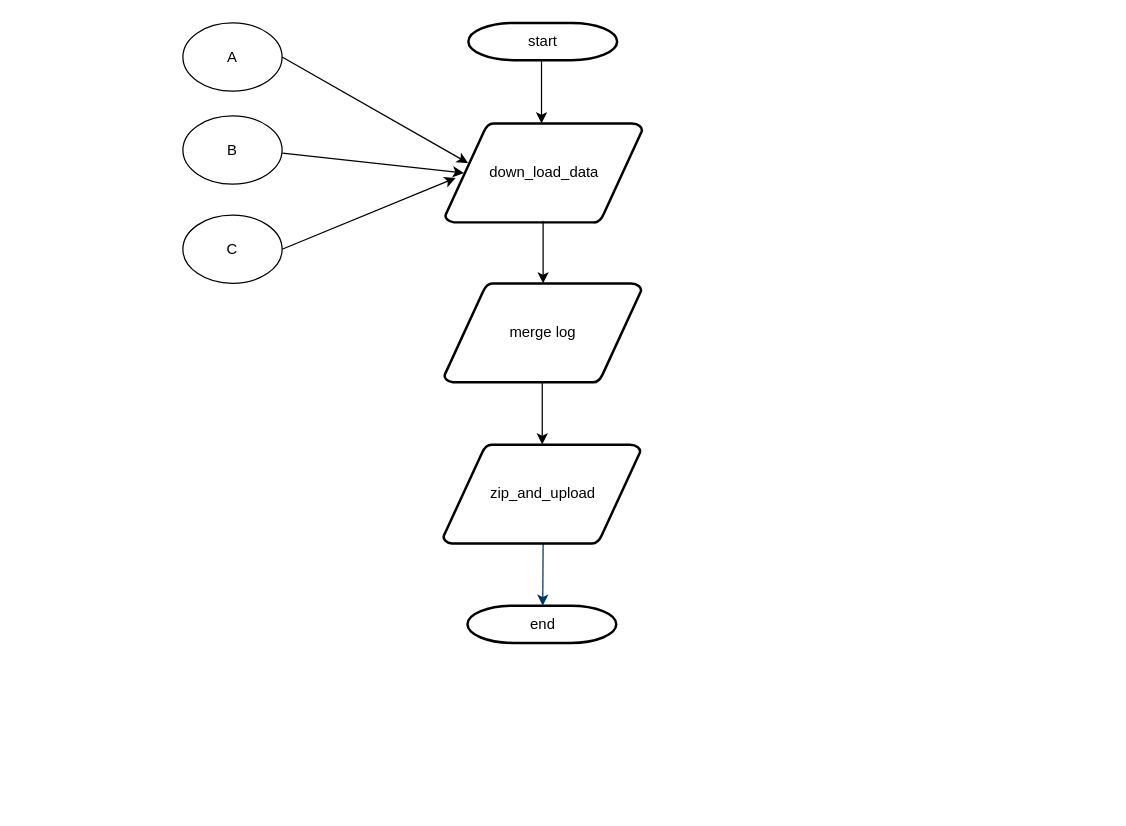
The draw.io diagram Untitled Diagram.drawio in ywq1113/VASP_script, before the edit. Source tidied: cells renumbered, new cells numbered last; positions are measured from the earlier drawing's top-left corner, leaving out a move shared by most shapes. Both pictures are drawn from the tidied source at 124%, with x=0, y=0 at pixel (182, 22).
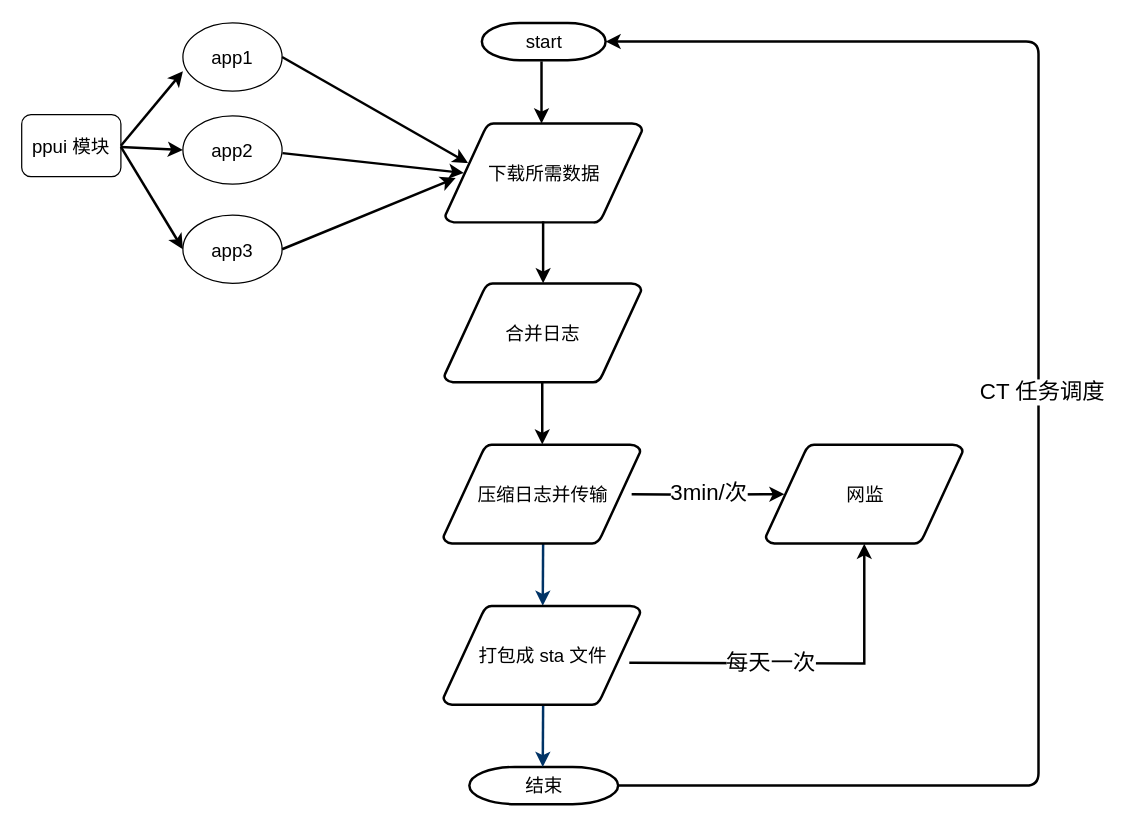
The same diagram, later.

What changed in the source:
```diff
@@
-    <mxCell id="2" value="start" style="shape=mxgraph.flowchart.terminator;strokeWidth=2;gradientColor=none;gradientDirection=north;fontStyle=0;html=1;" parent="1" vertex="1">
-      <mxGeometry x="230.2" width="120" height="30" as="geometry" />
+    <mxCell id="2" value="&lt;font style=&quot;font-size: 15px&quot;&gt;start&lt;/font&gt;" style="shape=mxgraph.flowchart.terminator;strokeWidth=2;gradientColor=none;gradientDirection=north;fontStyle=0;html=1;" parent="1" vertex="1">
+      <mxGeometry x="241.1" width="99.8" height="30" as="geometry" />
     </mxCell>
-    <mxCell id="3" value="down_load_data" style="shape=mxgraph.flowchart.data;strokeWidth=2;gradientColor=none;gradientDirection=north;fontStyle=0;html=1;" parent="1" vertex="1">
+    <mxCell id="3" value="&lt;font style=&quot;font-size: 15px&quot;&gt;下载所需数据&lt;/font&gt;" style="shape=mxgraph.flowchart.data;strokeWidth=2;gradientColor=none;gradientDirection=north;fontStyle=0;html=1;" parent="1" vertex="1">
       <mxGeometry x="211.5" y="81" width="159" height="80" as="geometry" />
     </mxCell>
-    <mxCell id="4" value="end" style="shape=mxgraph.flowchart.terminator;strokeWidth=2;gradientColor=none;gradientDirection=north;fontStyle=0;html=1;" parent="1" vertex="1">
-      <mxGeometry x="229.5" y="470" width="120" height="30" as="geometry" />
+    <mxCell id="4" value="&lt;font style=&quot;font-size: 15px&quot;&gt;结束&lt;/font&gt;" style="shape=mxgraph.flowchart.terminator;strokeWidth=2;gradientColor=none;gradientDirection=north;fontStyle=0;html=1;" parent="1" vertex="1">
+      <mxGeometry x="231" y="600" width="120" height="30" as="geometry" />
     </mxCell>
-    <mxCell id="5" style="edgeStyle=orthogonalEdgeStyle;rounded=0;orthogonalLoop=1;jettySize=auto;html=1;" parent="1" edge="1">
+    <mxCell id="5" style="edgeStyle=orthogonalEdgeStyle;rounded=0;orthogonalLoop=1;jettySize=auto;html=1;strokeWidth=2;" parent="1" edge="1">
       <mxGeometry relative="1" as="geometry">
         <mxPoint x="289.2" y="31" as="sourcePoint" />
         <mxPoint x="289.2" y="81" as="targetPoint" />
       </mxGeometry>
     </mxCell>
-    <mxCell id="6" style="edgeStyle=elbowEdgeStyle;elbow=vertical;fontStyle=1;strokeColor=#003366;strokeWidth=1;html=1;" parent="1" edge="1">
-      <mxGeometry x="0.2" y="-1330" as="geometry">
+    <mxCell id="6" style="edgeStyle=elbowEdgeStyle;elbow=vertical;fontStyle=1;strokeColor=#003366;strokeWidth=2;html=1;" parent="1" edge="1">
+      <mxGeometry x="180.2" y="-1395" as="geometry">
         <mxPoint x="290.5" y="420" as="sourcePoint" />
         <mxPoint x="290.2" y="470" as="targetPoint" />
         <Array as="points">
           <mxPoint x="290.8" y="420" />
         </Array>
       </mxGeometry>
     </mxCell>
-    <mxCell id="7" value="A" style="ellipse;whiteSpace=wrap;html=1;" parent="1" vertex="1">
+    <mxCell id="7" value="&lt;font style=&quot;font-size: 15px&quot;&gt;app1&lt;/font&gt;" style="ellipse;whiteSpace=wrap;html=1;" parent="1" vertex="1">
       <mxGeometry width="80" height="55" as="geometry" />
     </mxCell>
-    <mxCell id="8" value="B" style="ellipse;whiteSpace=wrap;html=1;" parent="1" vertex="1">
+    <mxCell id="8" value="&lt;font style=&quot;font-size: 15px&quot;&gt;app2&lt;/font&gt;" style="ellipse;whiteSpace=wrap;html=1;" parent="1" vertex="1">
       <mxGeometry y="75" width="80" height="55" as="geometry" />
     </mxCell>
-    <mxCell id="9" value="C" style="ellipse;whiteSpace=wrap;html=1;" parent="1" vertex="1">
+    <mxCell id="9" value="&lt;font style=&quot;font-size: 15px&quot;&gt;app3&lt;/font&gt;" style="ellipse;whiteSpace=wrap;html=1;" parent="1" vertex="1">
       <mxGeometry y="155" width="80" height="55" as="geometry" />
     </mxCell>
-    <mxCell id="10" style="endArrow=classic;html=1;exitX=1;exitY=0.5;exitDx=0;exitDy=0;entryX=0.116;entryY=0.4;entryDx=0;entryDy=0;entryPerimeter=0;" parent="1" edge="1" source="7" target="3">
+    <mxCell id="10" style="endArrow=classic;html=1;exitX=1;exitY=0.5;exitDx=0;exitDy=0;entryX=0.116;entryY=0.4;entryDx=0;entryDy=0;entryPerimeter=0;strokeWidth=2;" parent="1" edge="1" source="7" target="3">
       <mxGeometry relative="1" as="geometry" />
     </mxCell>
-    <mxCell id="11" style="endArrow=classic;html=1;exitX=1;exitY=0.5;exitDx=0;exitDy=0;entryX=0.095;entryY=0.5;entryDx=0;entryDy=0;entryPerimeter=0;" parent="1" edge="1" target="3">
+    <mxCell id="11" style="endArrow=classic;html=1;exitX=1;exitY=0.5;exitDx=0;exitDy=0;entryX=0.095;entryY=0.5;entryDx=0;entryDy=0;entryPerimeter=0;strokeWidth=2;" parent="1" edge="1" target="3">
       <mxGeometry relative="1" as="geometry">
         <mxPoint x="80.3" y="105" as="sourcePoint" />
       </mxGeometry>
     </mxCell>
-    <mxCell id="12" style="endArrow=classic;html=1;exitX=1;exitY=0.5;exitDx=0;exitDy=0;" parent="1" edge="1" source="9">
+    <mxCell id="12" style="endArrow=classic;html=1;exitX=1;exitY=0.5;exitDx=0;exitDy=0;strokeWidth=2;" parent="1" edge="1" source="9">
       <mxGeometry relative="1" as="geometry">
         <mxPoint x="220" y="125" as="targetPoint" />
       </mxGeometry>
     </mxCell>
-    <mxCell id="13" value="merge log" style="shape=mxgraph.flowchart.data;strokeWidth=2;gradientColor=none;gradientDirection=north;fontStyle=0;html=1;" parent="1" vertex="1">
+    <mxCell id="13" value="&lt;font style=&quot;font-size: 15px&quot;&gt;合并日志&lt;/font&gt;" style="shape=mxgraph.flowchart.data;strokeWidth=2;gradientColor=none;gradientDirection=north;fontStyle=0;html=1;" parent="1" vertex="1">
       <mxGeometry x="210.8" y="210" width="159" height="80" as="geometry" />
     </mxCell>
-    <mxCell id="14" style="edgeStyle=orthogonalEdgeStyle;rounded=0;orthogonalLoop=1;jettySize=auto;html=1;" parent="1" edge="1">
+    <mxCell id="14" style="edgeStyle=orthogonalEdgeStyle;rounded=0;orthogonalLoop=1;jettySize=auto;html=1;strokeWidth=2;" parent="1" edge="1">
       <mxGeometry relative="1" as="geometry">
         <mxPoint x="290.5" y="160" as="sourcePoint" />
         <mxPoint x="290.5" y="210" as="targetPoint" />
       </mxGeometry>
     </mxCell>
+    <mxCell id="17" style="edgeStyle=orthogonalEdgeStyle;rounded=0;jettySize=auto;html=1;strokeWidth=2;fontSize=12;exitX=0.905;exitY=0.5;exitDx=0;exitDy=0;exitPerimeter=0;entryX=0.095;entryY=0.5;entryDx=0;entryDy=0;entryPerimeter=0;" parent="1" edge="1" target="19">
+      <mxGeometry relative="1" as="geometry">
+        <mxPoint x="361.9" y="380" as="sourcePoint" />
+      </mxGeometry>
+    </mxCell>
+    <mxCell id="18" value="&lt;font style=&quot;font-size: 18px&quot;&gt;3min/次&lt;/font&gt;" style="edgeLabel;html=1;align=center;verticalAlign=middle;fontSize=12;" parent="17" vertex="1">
+      <mxGeometry x="0.27" y="2" relative="1" as="geometry">
+        <mxPoint x="-16.9" as="offset" />
+      </mxGeometry>
+    </mxCell>
-    <mxCell id="15" value="zip_and_upload" style="shape=mxgraph.flowchart.data;strokeWidth=2;gradientColor=none;gradientDirection=north;fontStyle=0;html=1;" parent="1" vertex="1">
+    <mxCell id="15" value="&lt;font style=&quot;font-size: 15px&quot;&gt;压缩日志并传输&lt;/font&gt;" style="shape=mxgraph.flowchart.data;strokeWidth=2;gradientColor=none;gradientDirection=north;fontStyle=0;html=1;" parent="1" vertex="1">
       <mxGeometry x="210" y="340" width="159" height="80" as="geometry" />
     </mxCell>
-    <mxCell id="16" style="edgeStyle=orthogonalEdgeStyle;rounded=0;orthogonalLoop=1;jettySize=auto;html=1;" parent="1" edge="1">
+    <mxCell id="16" style="edgeStyle=orthogonalEdgeStyle;rounded=0;orthogonalLoop=1;jettySize=auto;html=1;strokeWidth=2;" parent="1" edge="1">
       <mxGeometry relative="1" as="geometry">
         <mxPoint x="289.8" y="290" as="sourcePoint" />
         <mxPoint x="289.8" y="340" as="targetPoint" />
       </mxGeometry>
     </mxCell>
+    <mxCell id="19" value="&lt;font style=&quot;font-size: 15px&quot;&gt;网监&lt;/font&gt;" style="shape=mxgraph.flowchart.data;strokeWidth=2;gradientColor=none;gradientDirection=north;fontStyle=0;html=1;" parent="1" vertex="1">
+      <mxGeometry x="470" y="340" width="159" height="80" as="geometry" />
+    </mxCell>
+    <mxCell id="20" value="&lt;font style=&quot;font-size: 15px&quot;&gt;ppui 模块&lt;/font&gt;" style="rounded=1;whiteSpace=wrap;html=1;" parent="1" vertex="1">
+      <mxGeometry x="-130" y="74" width="80" height="50" as="geometry" />
+    </mxCell>
+    <mxCell id="21" style="endArrow=classic;html=1;exitX=1;exitY=0.5;exitDx=0;exitDy=0;entryX=0;entryY=0.709;entryDx=0;entryDy=0;entryPerimeter=0;strokeWidth=2;" parent="1" edge="1" source="20" target="7">
+      <mxGeometry relative="1" as="geometry" />
+    </mxCell>
+    <mxCell id="22" style="endArrow=classic;html=1;entryX=0;entryY=0.5;entryDx=0;entryDy=0;strokeWidth=2;" parent="1" edge="1" target="8">
+      <mxGeometry relative="1" as="geometry">
+        <mxPoint x="-50" y="100" as="sourcePoint" />
+      </mxGeometry>
+    </mxCell>
+    <mxCell id="23" style="endArrow=classic;html=1;entryX=0;entryY=0.5;entryDx=0;entryDy=0;strokeWidth=2;" parent="1" edge="1" target="9">
+      <mxGeometry relative="1" as="geometry">
+        <mxPoint x="-50" y="100" as="sourcePoint" />
+      </mxGeometry>
+    </mxCell>
+    <mxCell id="24" style="endArrow=classic;html=1;entryX=1;entryY=0.5;entryDx=0;entryDy=0;entryPerimeter=0;strokeWidth=2;exitX=1;exitY=0.5;exitDx=0;exitDy=0;exitPerimeter=0;" parent="1" edge="1" source="4" target="2">
+      <mxGeometry relative="1" as="geometry">
+        <Array as="points">
+          <mxPoint x="690" y="615" />
+          <mxPoint x="690" y="450" />
+          <mxPoint x="690" y="15" />
+        </Array>
+      </mxGeometry>
+    </mxCell>
+    <mxCell id="25" value="&lt;font style=&quot;font-size: 18px&quot;&gt;CT 任务调度&lt;/font&gt;" style="edgeLabel;html=1;align=center;verticalAlign=middle;" parent="24" vertex="1">
+      <mxGeometry x="0.02" y="-2" relative="1" as="geometry" />
+    </mxCell>
+    <mxCell id="26" style="edgeStyle=elbowEdgeStyle;elbow=vertical;fontStyle=1;strokeColor=#003366;strokeWidth=2;html=1;" parent="1" edge="1">
+      <mxGeometry x="180.2" y="-1265" as="geometry">
+        <mxPoint x="290.5" y="550" as="sourcePoint" />
+        <mxPoint x="290.2" y="600" as="targetPoint" />
+        <Array as="points">
+          <mxPoint x="290.8" y="550" />
+        </Array>
+      </mxGeometry>
+    </mxCell>
+    <mxCell id="27" value="&lt;font style=&quot;font-size: 15px&quot;&gt;打包成 sta 文件&lt;/font&gt;" style="shape=mxgraph.flowchart.data;strokeWidth=2;gradientColor=none;gradientDirection=north;fontStyle=0;html=1;" parent="1" vertex="1">
+      <mxGeometry x="210" y="470" width="159" height="80" as="geometry" />
+    </mxCell>
+    <mxCell id="28" style="edgeStyle=orthogonalEdgeStyle;rounded=0;jettySize=auto;html=1;strokeWidth=2;entryX=0.5;entryY=1;entryDx=0;entryDy=0;entryPerimeter=0;" parent="1" edge="1" target="19">
+      <mxGeometry relative="1" as="geometry">
+        <mxPoint x="360" y="516" as="sourcePoint" />
+      </mxGeometry>
+    </mxCell>
+    <mxCell id="29" value="&lt;font style=&quot;font-size: 18px&quot;&gt;每天一次&lt;/font&gt;" style="edgeLabel;html=1;align=center;verticalAlign=middle;fontSize=12;" parent="28" vertex="1">
+      <mxGeometry x="-0.21" y="1" relative="1" as="geometry" />
+    </mxCell>
```
